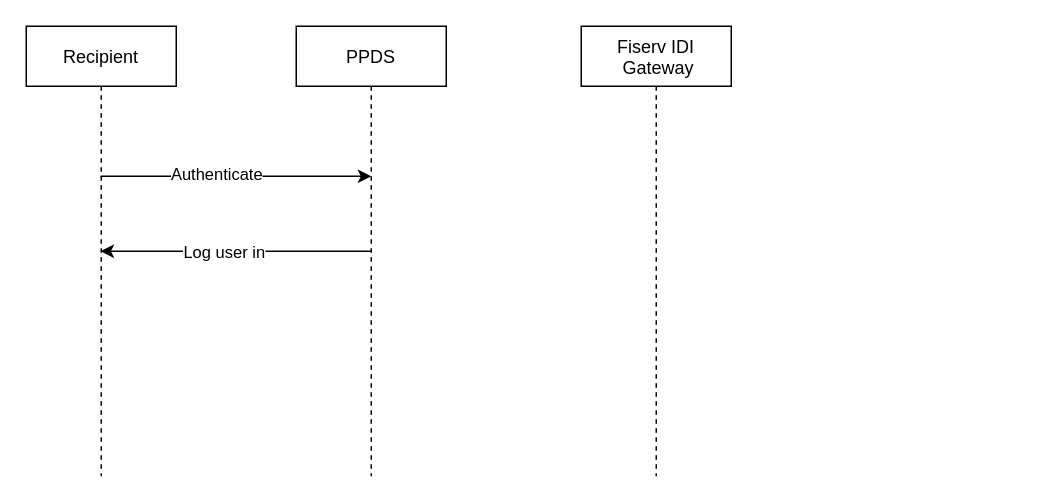
The draw.io diagram Untitled Diagram.drawio in buihv/starter-workflows, before the edit. Source tidied: cells renumbered, new cells numbered last; positions are measured from the earlier drawing's top-left corner, leaving out a move shared by most shapes. Both pictures are drawn from the tidied source at 150%, with x=0, y=0 at pixel (26, 26).
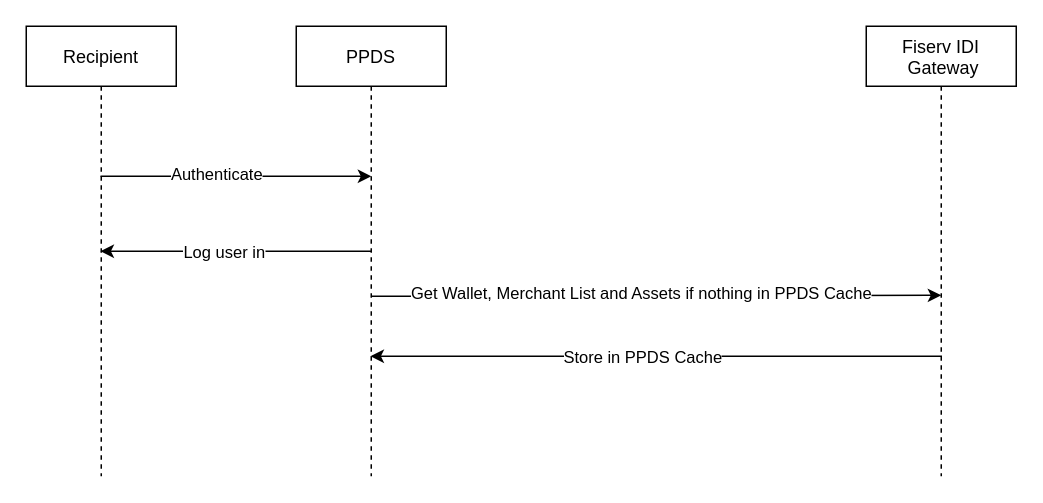
After the change.

The edit, as a diff of the source:
```diff
@@
 <mxGraphModel>
   <root>
     <mxCell id="0" />
     <mxCell id="1" parent="0" />
     <mxCell id="2" value="Recipient" style="shape=umlLifeline;perimeter=lifelinePerimeter;rounded=0;shadow=0;strokeWidth=1;" parent="1" vertex="1">
       <mxGeometry width="100" height="300" as="geometry" />
     </mxCell>
     <mxCell id="3" value="PPDS" style="shape=umlLifeline;perimeter=lifelinePerimeter;rounded=0;shadow=0;strokeWidth=1;" parent="1" vertex="1">
       <mxGeometry x="180" width="100" height="300" as="geometry" />
     </mxCell>
+    <mxCell id="9" style="endArrow=classic;html=1;rounded=0;entryX=0.5;entryY=0.598;entryDx=0;entryDy=0;entryPerimeter=0;" parent="3" edge="1" target="6">
+      <mxGeometry relative="1" as="geometry">
+        <mxPoint x="50" y="180" as="sourcePoint" />
+        <Array as="points">
+          <mxPoint x="150.5" y="180" />
+        </Array>
+      </mxGeometry>
+    </mxCell>
+    <mxCell id="10" value="Get Wallet, Merchant List and Assets if nothing in PPDS Cache" style="edgeLabel;html=1;align=center;verticalAlign=middle;" parent="9" vertex="1">
+      <mxGeometry x="-0.15" y="2" relative="1" as="geometry">
+        <mxPoint x="18" as="offset" />
+      </mxGeometry>
+    </mxCell>
     <mxCell id="4" style="endArrow=classic;html=1;rounded=0;" parent="1" edge="1" source="2">
       <mxGeometry relative="1" as="geometry">
         <mxPoint x="230" y="100" as="targetPoint" />
         <Array as="points">
           <mxPoint x="150" y="100" />
         </Array>
       </mxGeometry>
     </mxCell>
     <mxCell id="5" value="Authenticate" style="edgeLabel;html=1;align=center;verticalAlign=middle;" parent="4" vertex="1">
       <mxGeometry x="-0.15" y="2" relative="1" as="geometry" />
     </mxCell>
     <mxCell id="6" value="Fiserv IDI&#10; Gateway" style="shape=umlLifeline;perimeter=lifelinePerimeter;rounded=0;shadow=0;strokeWidth=1;" parent="1" vertex="1">
-      <mxGeometry x="370" width="100" height="300" as="geometry" />
+      <mxGeometry x="560" width="100" height="300" as="geometry" />
     </mxCell>
     <mxCell id="7" style="endArrow=classic;html=1;rounded=0;" parent="1" edge="1" target="2">
       <mxGeometry relative="1" as="geometry">
         <mxPoint x="230" y="150" as="sourcePoint" />
       </mxGeometry>
     </mxCell>
     <mxCell id="8" value="Log user in" style="edgeLabel;html=1;align=center;verticalAlign=middle;" parent="7" vertex="1">
       <mxGeometry x="0.33" y="-1" relative="1" as="geometry">
         <mxPoint x="21" y="1" as="offset" />
       </mxGeometry>
     </mxCell>
+    <mxCell id="11" style="endArrow=classic;html=1;rounded=0;" parent="1" edge="1" target="3">
+      <mxGeometry relative="1" as="geometry">
+        <mxPoint x="610.5" y="220" as="sourcePoint" />
+      </mxGeometry>
+    </mxCell>
+    <mxCell id="12" value="Store in PPDS Cache" style="edgeLabel;html=1;align=center;verticalAlign=middle;" parent="11" vertex="1">
+      <mxGeometry x="0.33" y="-1" relative="1" as="geometry">
+        <mxPoint x="53" y="1" as="offset" />
+      </mxGeometry>
+    </mxCell>
   </root>
 </mxGraphModel>
```
